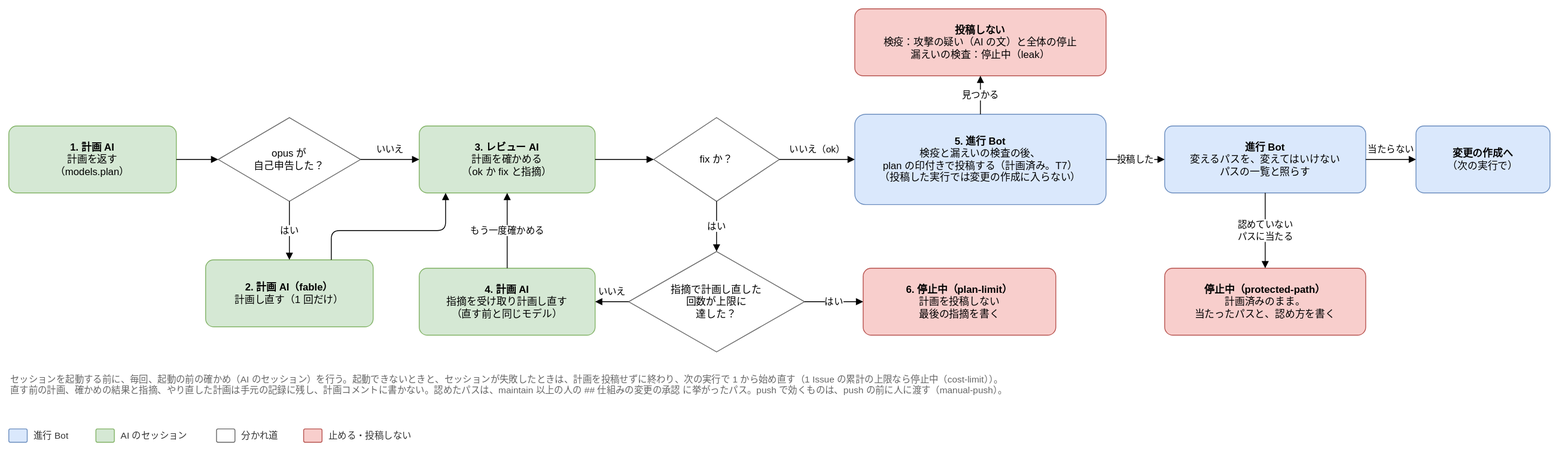
Above: docs/design/basic/diagrams/02-plan-step.drawio.svg in Joymerrevent/dev-autopilot (draw.io), before the change. Source tidied: cells renumbered, new cells last; positions are measured from the earlier drawing's top-left corner, leaving out a move shared by most shapes.
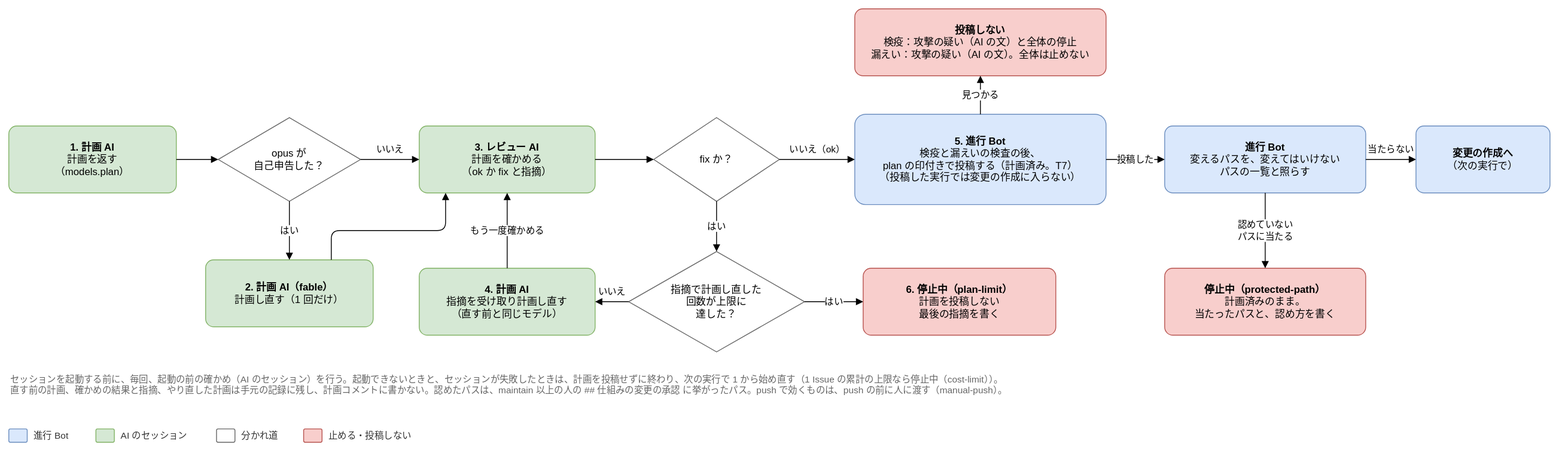
After the commit.

Commit message:
docs(design): 投稿しない・push しないの箱で、漏えいの検査で見つかったら攻撃の疑い（AI の文）にする形に直す

02-next-step-before-start（下書き）、02-plan-step（計画）、02-push（push の手順）の箱の、停止中（leak）
を、攻撃の疑い（AI の文）。全体は止めない、に替える。

Claude-Session: https://claude.ai/code/session_01LvmXQKtqBk1ABFg8BQJo1c

The edit, as a diff of the source:
```diff
@@ -35,7 +35,7 @@
     <mxCell id="12" value="&lt;b&gt;停止中（protected-path）&lt;/b&gt;&lt;br&gt;計画済みのまま。&lt;br&gt;当たったパスと、認め方を書く" style="rounded=1;whiteSpace=wrap;html=1;fontSize=12;arcSize=12;spacing=12;fillColor=#f8cecc;strokeColor=#b85450;" parent="1" vertex="1">
       <mxGeometry x="1380" y="310" width="240" height="80" as="geometry" />
     </mxCell>
-    <mxCell id="13" value="&lt;b&gt;投稿しない&lt;/b&gt;&lt;br&gt;検疫：攻撃の疑い（AI の文）と全体の停止&lt;br&gt;漏えいの検査：停止中（leak）" style="rounded=1;whiteSpace=wrap;html=1;fontSize=12;arcSize=12;spacing=12;fillColor=#f8cecc;strokeColor=#b85450;" parent="1" vertex="1">
+    <mxCell id="13" value="&lt;b&gt;投稿しない&lt;/b&gt;&lt;br&gt;検疫：攻撃の疑い（AI の文）と全体の停止&lt;br&gt;漏えい：攻撃の疑い（AI の文）。全体は止めない" style="rounded=1;whiteSpace=wrap;html=1;fontSize=12;arcSize=12;spacing=12;fillColor=#f8cecc;strokeColor=#b85450;" parent="1" vertex="1">
       <mxGeometry x="1010" width="300" height="80" as="geometry" />
     </mxCell>
     <mxCell id="14" value="&lt;b&gt;変更の作成へ&lt;/b&gt;&lt;br&gt;（次の実行で）" style="rounded=1;whiteSpace=wrap;html=1;fontSize=12;arcSize=12;spacing=12;fillColor=#dae8fc;strokeColor=#6c8ebf;" parent="1" vertex="1">
```
